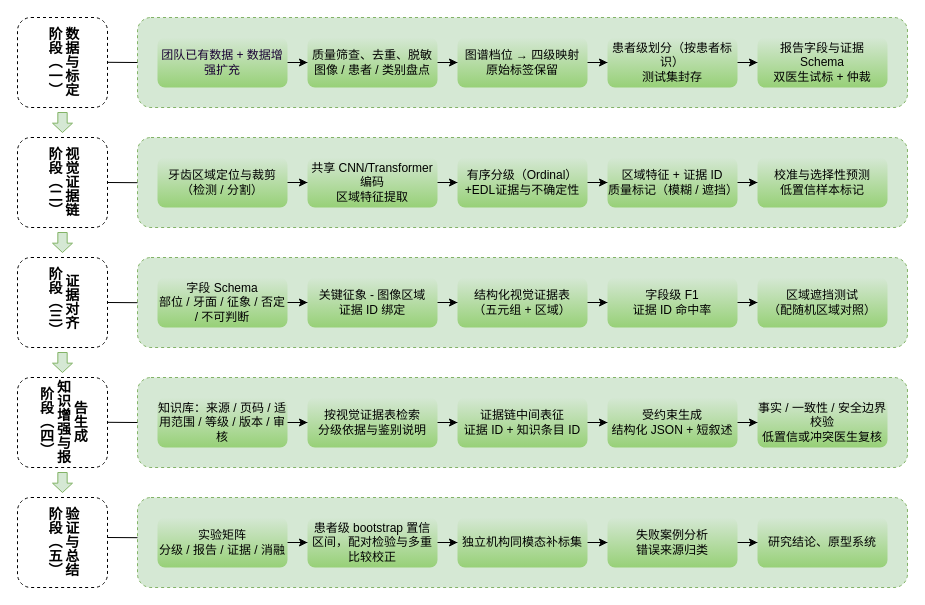
Above: ThesisProposal/draft/开题报告-cc-v2/figures/图4技术路线图.drawio in XiaoHG/medical-report-generation (draw.io), before the change. Source tidied: cells renumbered, new cells numbered last; positions are measured from the earlier drawing's top-left corner, leaving out a move shared by most shapes. Both pictures are drawn from the tidied source at 100%, with x=0, y=0 at pixel (17, 17).
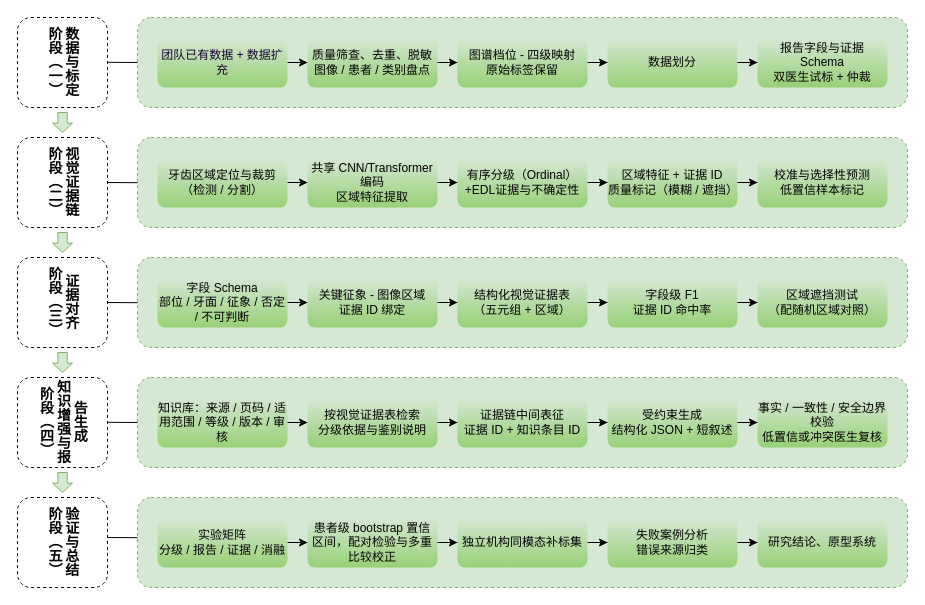
The same diagram, later.

What changed in the source:
```diff
@@
-    <mxCell id="5" value="团队已有数据 + 数据增强扩充" style="rounded=1;whiteSpace=wrap;html=1;fillColor=#d5e8d4;dashed=1;strokeColor=none;gradientColor=#97d077;fontColor=#190033;" parent="1" vertex="1">
+    <mxCell id="5" value="团队已有数据 + 数据扩充" style="rounded=1;whiteSpace=wrap;html=1;fillColor=#d5e8d4;dashed=1;strokeColor=none;gradientColor=#97d077;fontColor=#190033;" parent="1" vertex="1">
       <mxGeometry x="140" y="20" width="130" height="50" as="geometry" />
     </mxCell>
@@
-    <mxCell id="9" value="图谱档位 → 四级映射&lt;br&gt;原始标签保留" style="rounded=1;whiteSpace=wrap;html=1;fillColor=#d5e8d4;dashed=1;gradientColor=#97d077;strokeColor=none;" parent="1" vertex="1">
+    <mxCell id="9" value="图谱档位 - 四级映射&lt;br&gt;原始标签保留" style="rounded=1;whiteSpace=wrap;html=1;fillColor=#d5e8d4;dashed=1;gradientColor=#97d077;strokeColor=none;" parent="1" vertex="1">
       <mxGeometry x="440" y="20" width="130" height="50" as="geometry" />
     </mxCell>
@@
-    <mxCell id="11" value="患者级划分（按患者标识）&lt;br&gt;测试集封存" style="rounded=1;whiteSpace=wrap;html=1;fillColor=#d5e8d4;dashed=1;gradientColor=#97d077;strokeColor=none;" parent="1" vertex="1">
+    <mxCell id="11" value="数据划分" style="rounded=1;whiteSpace=wrap;html=1;fillColor=#d5e8d4;dashed=1;gradientColor=#97d077;strokeColor=none;" parent="1" vertex="1">
       <mxGeometry x="590" y="20" width="130" height="50" as="geometry" />
     </mxCell>
```
